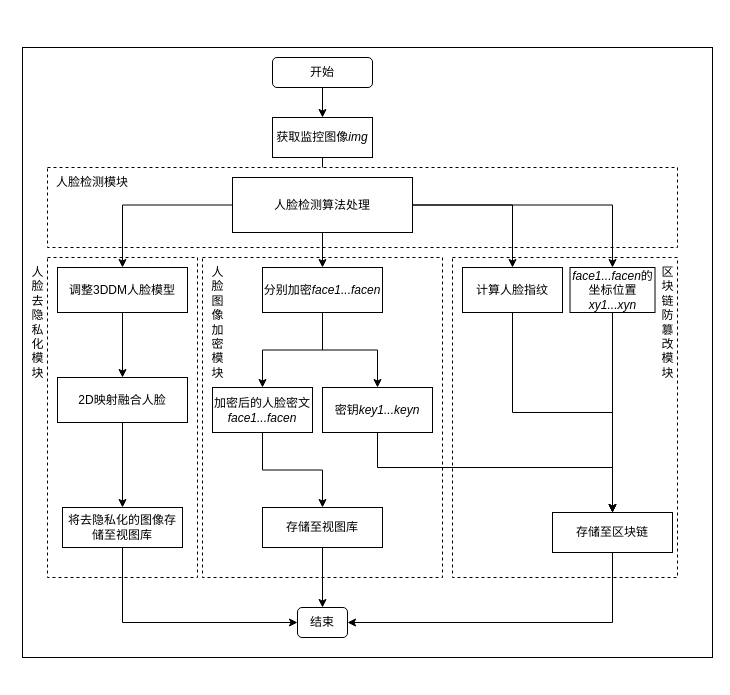
Earlier version of the draw.io diagram page "正向过程" (3 of 6) of face-chain/facechain.drawio (FadingLight9291117/draw.io). Source tidied: cells renumbered, new cells numbered last; positions are measured from the earlier drawing's top-left corner, leaving out a move shared by most shapes. Both pictures are drawn from the tidied source at 100%, with x=0, y=0 at pixel (17, 47).
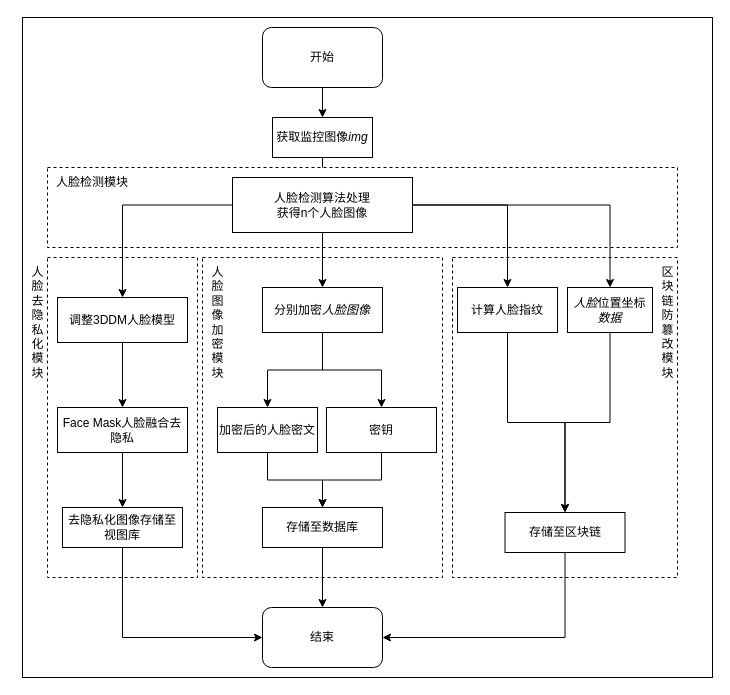
After the change.

The edit, as a diff of the source:
```diff
@@
     <mxCell id="2" style="rounded=0;whiteSpace=wrap;html=1;" parent="1" vertex="1">
-      <mxGeometry x="5" width="690" height="610" as="geometry" />
+      <mxGeometry x="5" y="-30" width="690" height="660" as="geometry" />
     </mxCell>
@@
-    <mxCell id="13" value="人脸检测算法处理" style="whiteSpace=wrap;html=1;" parent="1" vertex="1">
+    <mxCell id="13" value="人脸检测算法处理&lt;br&gt;获得n个人脸图像" style="whiteSpace=wrap;html=1;" parent="1" vertex="1">
       <mxGeometry x="215" y="130" width="180" height="55" as="geometry" />
     </mxCell>
@@
     <mxCell id="15" value="调整3DDM人脸模型" style="rounded=0;whiteSpace=wrap;html=1;" parent="1" vertex="1">
-      <mxGeometry x="40" y="220" width="130" height="45" as="geometry" />
+      <mxGeometry x="40" y="250" width="130" height="45" as="geometry" />
     </mxCell>
@@
-    <mxCell id="17" value="将去隐私化的图像存储至视图库" style="whiteSpace=wrap;html=1;" parent="1" vertex="1">
+    <mxCell id="17" value="去隐私化图像存储至视图库" style="whiteSpace=wrap;html=1;" parent="1" vertex="1">
       <mxGeometry x="45" y="460" width="120" height="40" as="geometry" />
     </mxCell>
@@
     <mxCell id="19" value="开始" style="rounded=1;whiteSpace=wrap;html=1;" parent="1" vertex="1">
-      <mxGeometry x="255" y="10" width="100" height="30" as="geometry" />
+      <mxGeometry x="245" y="-20" width="120" height="60" as="geometry" />
     </mxCell>
@@
-    <mxCell id="22" value="分别加密&lt;i&gt;face1...facen&lt;/i&gt;" style="rounded=0;whiteSpace=wrap;html=1;" parent="1" vertex="1">
-      <mxGeometry x="245" y="220" width="120" height="45" as="geometry" />
+    <mxCell id="22" value="分别加密&lt;i&gt;人脸图像&lt;/i&gt;" style="rounded=0;whiteSpace=wrap;html=1;" parent="1" vertex="1">
+      <mxGeometry x="245" y="240" width="120" height="45" as="geometry" />
     </mxCell>
@@
-    <mxCell id="24" value="加密后的人脸密文&lt;i&gt;face1...facen&lt;/i&gt;" style="rounded=0;whiteSpace=wrap;html=1;" parent="1" vertex="1">
-      <mxGeometry x="195" y="340" width="100" height="45" as="geometry" />
+    <mxCell id="24" value="加密后的人脸密文" style="rounded=0;whiteSpace=wrap;html=1;" parent="1" vertex="1">
+      <mxGeometry x="200" y="360" width="100" height="45" as="geometry" />
     </mxCell>
-    <mxCell id="25" style="edgeStyle=orthogonalEdgeStyle;rounded=0;jettySize=auto;html=1;" parent="1" edge="1" source="26" target="34">
-      <mxGeometry relative="1" as="geometry">
-        <Array as="points">
-          <mxPoint x="360" y="420" />
-          <mxPoint x="595" y="420" />
-        </Array>
-      </mxGeometry>
-    </mxCell>
+    <mxCell id="42" style="edgeStyle=orthogonalEdgeStyle;rounded=0;jettySize=auto;html=1;entryX=0.5;entryY=0;entryDx=0;entryDy=0;" parent="1" edge="1" source="26" target="28">
+      <mxGeometry relative="1" as="geometry" />
+    </mxCell>
-    <mxCell id="26" value="密钥&lt;i&gt;key1...keyn&lt;/i&gt;" style="whiteSpace=wrap;html=1;" parent="1" vertex="1">
-      <mxGeometry x="305" y="340" width="110" height="45" as="geometry" />
+    <mxCell id="26" value="密钥" style="whiteSpace=wrap;html=1;" parent="1" vertex="1">
+      <mxGeometry x="309" y="360" width="110" height="45" as="geometry" />
     </mxCell>
@@
-    <mxCell id="28" value="存储至视图库" style="whiteSpace=wrap;html=1;" parent="1" vertex="1">
+    <mxCell id="28" value="存储至数据库" style="whiteSpace=wrap;html=1;" parent="1" vertex="1">
       <mxGeometry x="245" y="460" width="120" height="40" as="geometry" />
     </mxCell>
-    <mxCell id="29" style="edgeStyle=orthogonalEdgeStyle;rounded=0;jettySize=auto;html=1;entryX=0.5;entryY=0;entryDx=0;entryDy=0;" parent="1" edge="1" source="30" target="34">
+    <mxCell id="29" style="edgeStyle=orthogonalEdgeStyle;rounded=0;jettySize=auto;html=1;" parent="1" edge="1" source="30" target="34">
       <mxGeometry relative="1" as="geometry" />
     </mxCell>
     <mxCell id="30" value="计算人脸指纹" style="rounded=0;whiteSpace=wrap;html=1;" parent="1" vertex="1">
-      <mxGeometry x="445" y="220" width="100" height="45" as="geometry" />
+      <mxGeometry x="440" y="240" width="100" height="45" as="geometry" />
     </mxCell>
@@
-    <mxCell id="32" value="&lt;i&gt;face1...facen&lt;/i&gt;的坐标位置&lt;i&gt;xy1...xyn&lt;/i&gt;" style="rounded=0;whiteSpace=wrap;html=1;" parent="1" vertex="1">
-      <mxGeometry x="552.5" y="220" width="85" height="45" as="geometry" />
+    <mxCell id="32" value="&lt;i&gt;人脸&lt;/i&gt;位置坐标&lt;i&gt;数据&lt;/i&gt;" style="rounded=0;whiteSpace=wrap;html=1;" parent="1" vertex="1">
+      <mxGeometry x="550" y="240" width="85" height="45" as="geometry" />
     </mxCell>
@@
     <mxCell id="34" value="存储至区块链" style="rounded=0;whiteSpace=wrap;html=1;" parent="1" vertex="1">
-      <mxGeometry x="535" y="465" width="120" height="40" as="geometry" />
+      <mxGeometry x="487.5" y="465" width="120" height="40" as="geometry" />
     </mxCell>
     <mxCell id="35" value="结束" style="rounded=1;whiteSpace=wrap;html=1;" parent="1" vertex="1">
-      <mxGeometry x="280" y="560" width="50" height="30" as="geometry" />
+      <mxGeometry x="245" y="560" width="120" height="60" as="geometry" />
     </mxCell>
@@
-    <mxCell id="40" value="2D映射融合人脸" style="rounded=0;whiteSpace=wrap;html=1;" parent="1" vertex="1">
-      <mxGeometry x="40" y="330" width="130" height="45" as="geometry" />
+    <mxCell id="40" value="Face Mask人脸融合去隐私" style="rounded=0;whiteSpace=wrap;html=1;" parent="1" vertex="1">
+      <mxGeometry x="40" y="360" width="130" height="45" as="geometry" />
     </mxCell>
```
